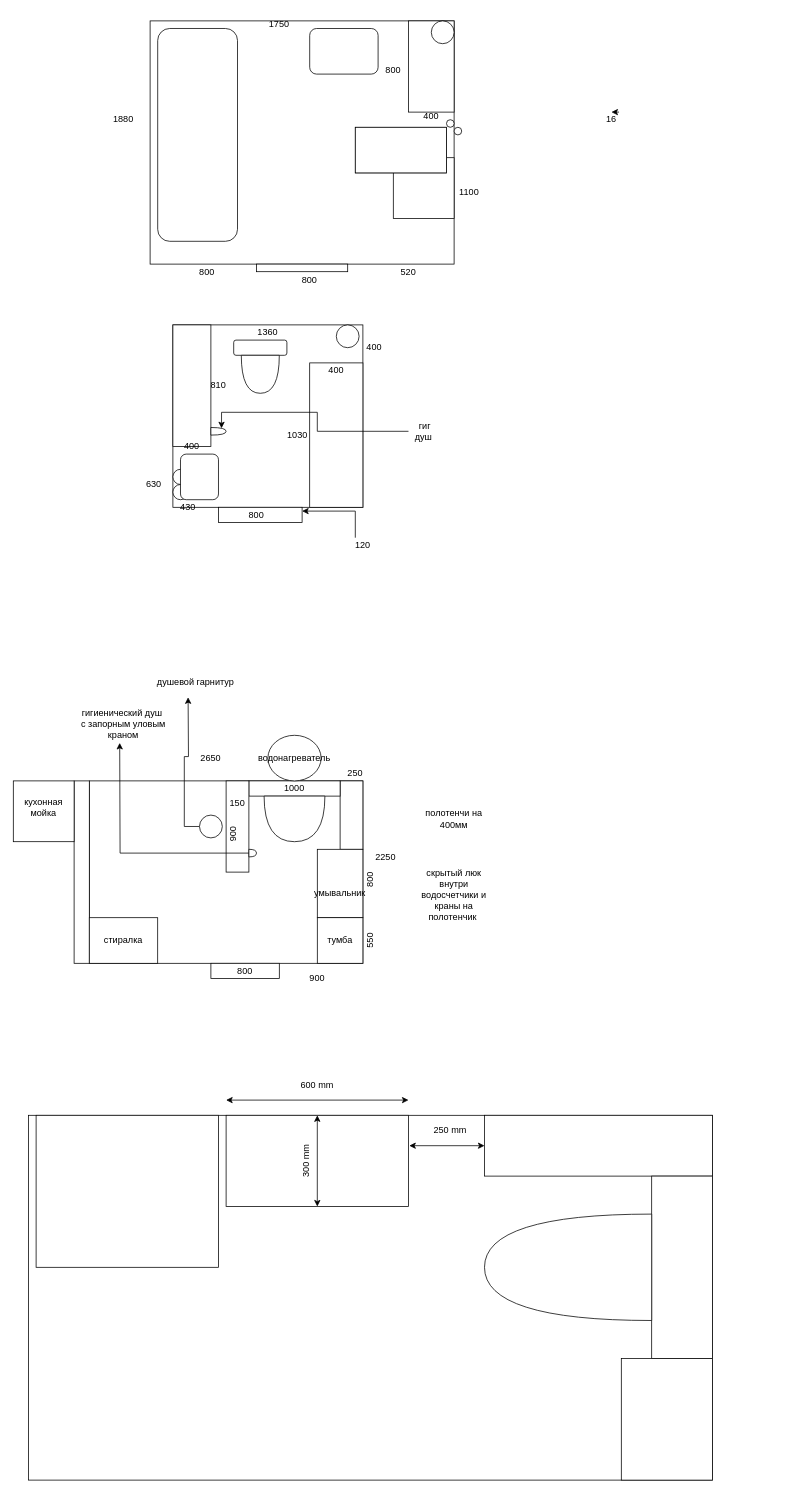
Earlier version of the draw.io diagram Untitled Diagram.drawio (PavelMikh/academit). Source tidied: cells renumbered, new cells numbered last; positions are measured from the earlier drawing's top-left corner, leaving out a move shared by most shapes. Both pictures are drawn from the tidied source at 76%, with x=0, y=0 at pixel (13, 13).
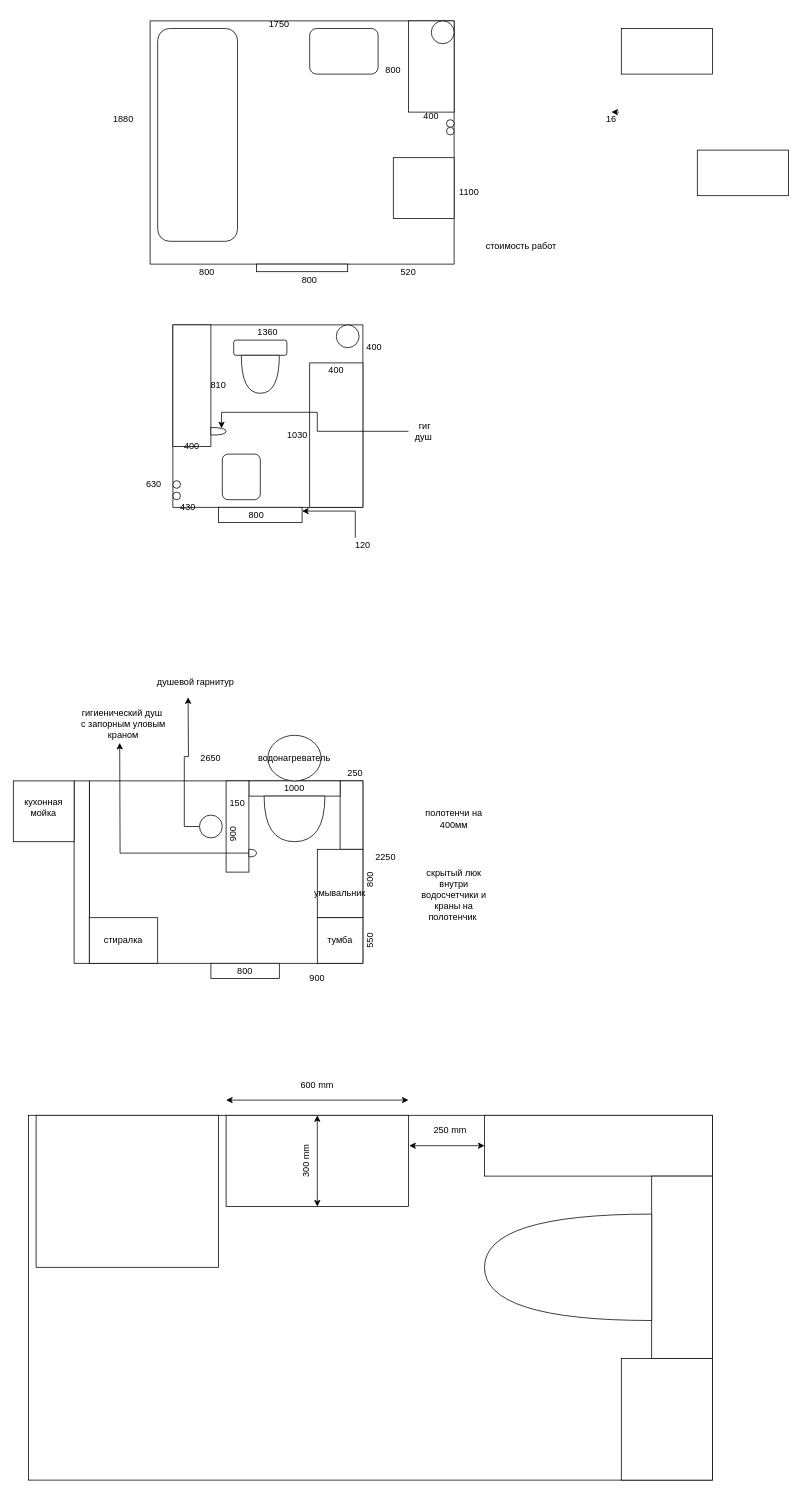
The same page after the edit.

Change to the diagram source:
```diff
@@
     <mxCell id="58" style="ellipse;whiteSpace=wrap;html=1;" parent="1" vertex="1">
-      <mxGeometry x="580" y="150" width="10" height="10" as="geometry" />
+      <mxGeometry x="570" y="150" width="10" height="10" as="geometry" />
     </mxCell>
@@
     <mxCell id="63" style="rounded=0;whiteSpace=wrap;html=1;" parent="1" vertex="1">
-      <mxGeometry x="450" y="150" width="120" height="60" as="geometry" />
+      <mxGeometry x="800" y="20" width="120" height="60" as="geometry" />
     </mxCell>
     <mxCell id="64" style="rounded=0;whiteSpace=wrap;html=1;" parent="1" vertex="1">
-      <mxGeometry x="450" y="150" width="120" height="60" as="geometry" />
+      <mxGeometry x="900" y="180" width="120" height="60" as="geometry" />
     </mxCell>
@@
     <mxCell id="73" style="ellipse;whiteSpace=wrap;html=1;" parent="1" vertex="1">
-      <mxGeometry x="210" y="600" width="20" height="20" as="geometry" />
+      <mxGeometry x="210" y="615" width="10" height="10" as="geometry" />
     </mxCell>
     <mxCell id="74" style="ellipse;whiteSpace=wrap;html=1;" parent="1" vertex="1">
-      <mxGeometry x="210" y="620" width="20" height="20" as="geometry" />
+      <mxGeometry x="210" y="630" width="10" height="10" as="geometry" />
     </mxCell>
@@
     <mxCell id="87" style="rounded=1;whiteSpace=wrap;html=1;" parent="1" vertex="1">
-      <mxGeometry x="220" y="580" width="50" height="60" as="geometry" />
+      <mxGeometry x="275" y="580" width="50" height="60" as="geometry" />
     </mxCell>
@@
+    <mxCell id="93" value="&lt;br&gt;&lt;br&gt;стоимость работ&amp;nbsp;" style="text;html=1;strokeColor=none;fillColor=none;spacing=5;spacingTop=-20;whiteSpace=wrap;overflow=hidden;rounded=0;" parent="1" vertex="1">
+      <mxGeometry x="617" y="280" width="293" height="370" as="geometry" />
+    </mxCell>
```
